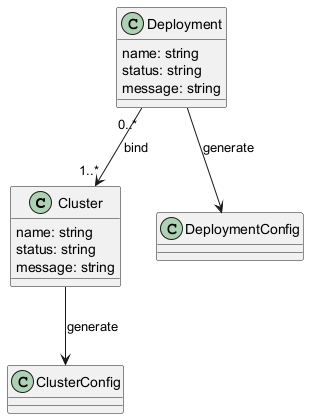
xiayy860612/k8s-manager-platform keeps this PlantUML diagram as docs/Domain Model.png. Above is the earlier version. Its diagram source:
```plantuml
@startuml "Domain Model"
class Cluster {
    name: string
    status: string
    message: string
}

class ClusterConfig

Cluster --> ClusterConfig: generate

class Deployment {
    name: string
    status: string
    message: string
}

class DeploymentConfig

Deployment --> DeploymentConfig: generate

Deployment "0..*" --> "1..*" Cluster: bind
@enduml
```
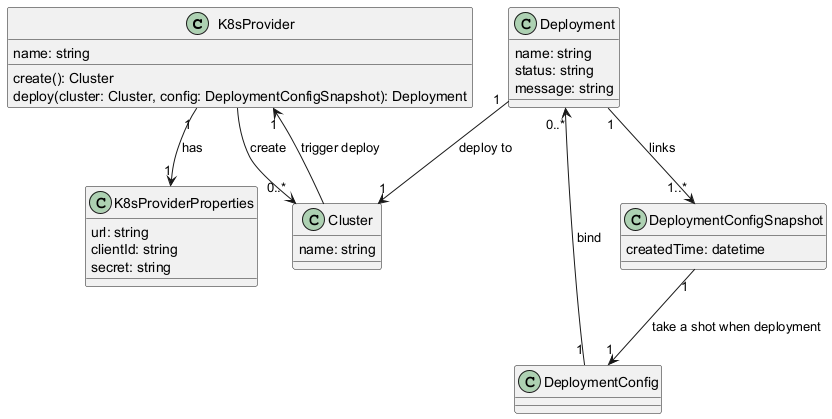
The same file after the commit.

Commit message:
feat: update flow and domain model

Diff of the diagram source:
```diff
@@ -1,13 +1,28 @@
 @startuml "Domain Model"
+
+class K8sProvider {
+    name: string
+
+    create(): Cluster
+    deploy(cluster: Cluster, config: DeploymentConfigSnapshot): Deployment
+}
+
+class K8sProviderProperties {
+    url: string
+    clientId: string
+    secret: string
+}
+
+K8sProvider "1" --> "1" K8sProviderProperties: has
+
 class Cluster {
     name: string
-    status: string
-    message: string
 }
 
-class ClusterConfig
+K8sProvider --> "0..*" Cluster: create
+Cluster --> "1" K8sProvider: trigger deploy
 
-Cluster --> ClusterConfig: generate
+class DeploymentConfig
 
 class Deployment {
     name: string
@@ -15,9 +30,15 @@
     message: string
 }
 
-class DeploymentConfig
+Deployment "1" --> "1" Cluster: deploy to
 
-Deployment --> DeploymentConfig: generate
+class DeploymentConfigSnapshot {
+    createdTime: datetime
+}
 
-Deployment "0..*" --> "1..*" Cluster: bind
+DeploymentConfigSnapshot "1" --> "1" DeploymentConfig: take a shot when deployment
+
+Deployment "1" --> "1..*" DeploymentConfigSnapshot: links
+
+DeploymentConfig "1" --> "0..*" Deployment: bind
 @enduml
```
